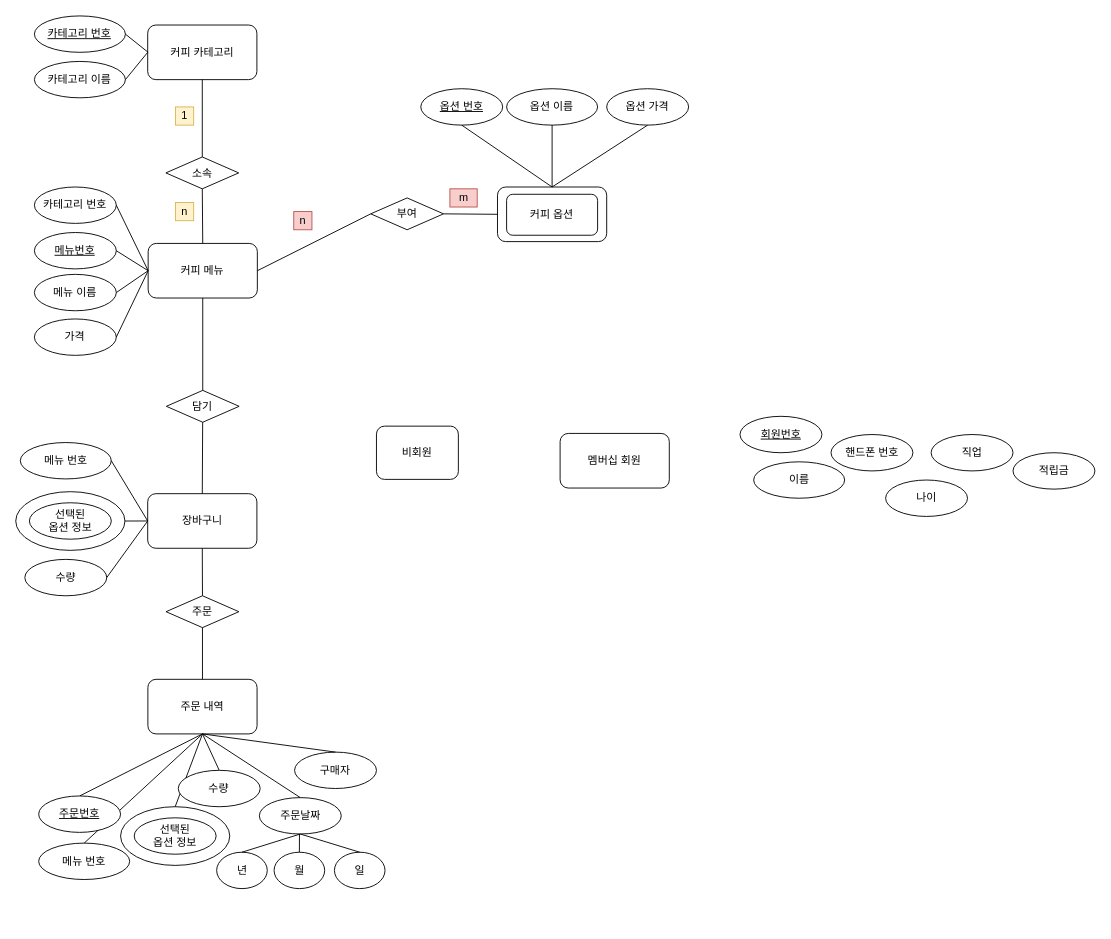
This is cafe.drawio from jdohun/22-1Database, a draw.io file, before an edit. Source tidied: cells renumbered, new cells numbered last; positions are measured from the earlier drawing's top-left corner, leaving out a move shared by most shapes. Both pictures are drawn from the tidied source at 91%, with x=0, y=0 at pixel (15, 15).
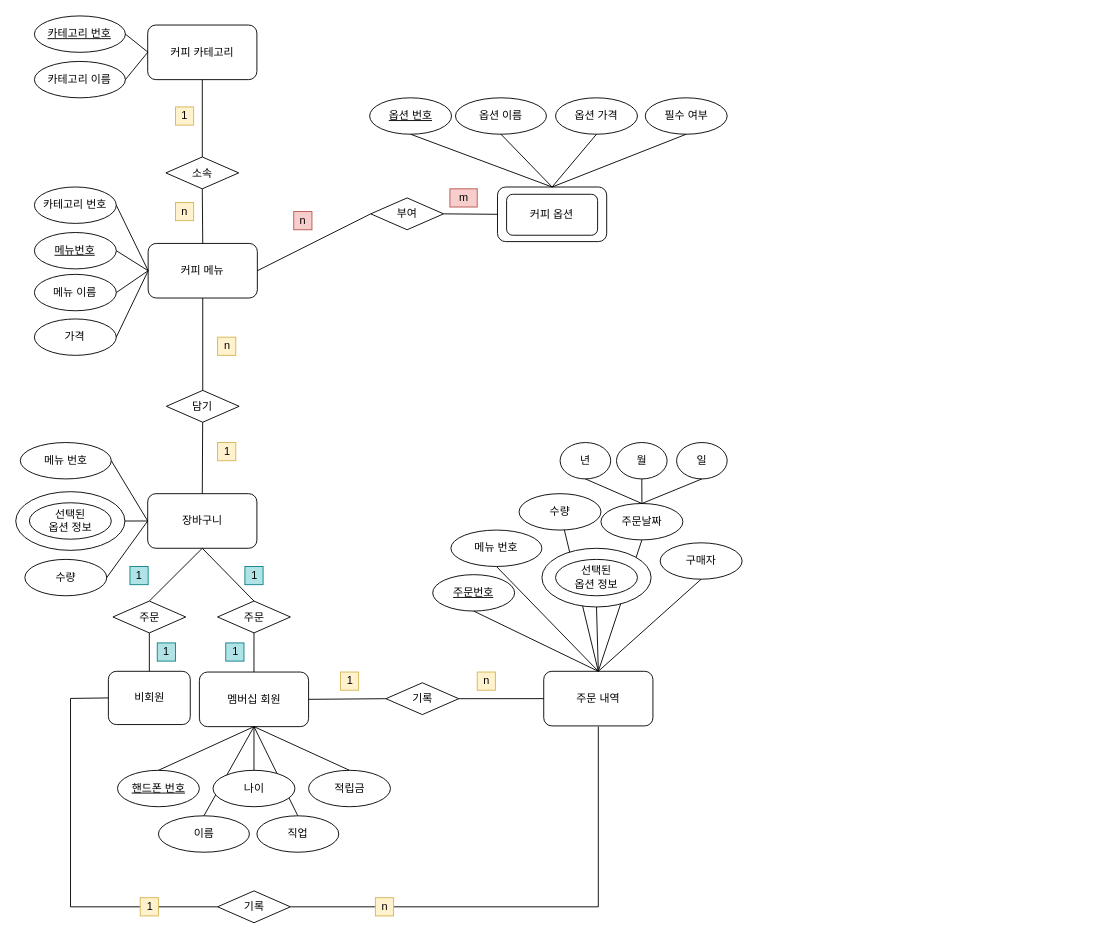
After the change.

Unchanged cells that the change refers to:
```xml
<mxCell id="16" value="커피 옵션" style="rounded=1;whiteSpace=wrap;html=1;" parent="1" vertex="1">
  <mxGeometry x="529.2" y="188" width="120" height="60" as="geometry" />
</mxCell>
<mxCell id="59" value="장바구니" style="rounded=1;whiteSpace=wrap;html=1;" parent="1" vertex="1">
  <mxGeometry x="144.8" y="525" width="120" height="60" as="geometry" />
</mxCell>
```

What changed in the source:
```diff
@@
+    <mxCell id="76" style="endArrow=none;html=1;rounded=0;entryX=0.5;entryY=0;entryDx=0;entryDy=0;exitX=0.5;exitY=1;exitDx=0;exitDy=0;" parent="1" edge="1" source="27" target="49">
+      <mxGeometry relative="1" as="geometry" />
+    </mxCell>
+    <mxCell id="77" style="endArrow=none;html=1;rounded=0;entryX=0.5;entryY=1;entryDx=0;entryDy=0;exitX=0.5;exitY=0;exitDx=0;exitDy=0;" parent="1" edge="1" source="9" target="13">
+      <mxGeometry relative="1" as="geometry" />
+    </mxCell>
+    <mxCell id="78" style="endArrow=none;html=1;rounded=0;exitX=0.5;exitY=0;exitDx=0;exitDy=0;" parent="1" edge="1" source="9" target="72">
+      <mxGeometry relative="1" as="geometry" />
+    </mxCell>
+    <mxCell id="12" style="endArrow=none;html=1;rounded=0;exitX=0.5;exitY=1;exitDx=0;exitDy=0;entryX=0.5;entryY=0;entryDx=0;entryDy=0;" parent="1" edge="1" source="11" target="9">
+      <mxGeometry relative="1" as="geometry" />
+    </mxCell>
@@
+    <mxCell id="27" value="멤버십 회원" style="rounded=1;whiteSpace=wrap;html=1;" parent="1" vertex="1">
+      <mxGeometry x="201.6" y="721" width="120" height="60" as="geometry" />
+    </mxCell>
     <mxCell id="6" value="이름" style="ellipse;whiteSpace=wrap;html=1;rounded=0;" parent="1" vertex="1">
-      <mxGeometry x="810.7" y="490" width="100" height="40" as="geometry" />
+      <mxGeometry x="156.6" y="879" width="100" height="40" as="geometry" />
     </mxCell>
+    <mxCell id="79" style="endArrow=none;html=1;rounded=0;exitX=0.5;exitY=0;exitDx=0;exitDy=0;entryX=0.5;entryY=1;entryDx=0;entryDy=0;" parent="1" edge="1" source="6" target="27">
+      <mxGeometry relative="1" as="geometry" />
+    </mxCell>
-    <mxCell id="7" value="핸드폰 번호" style="ellipse;whiteSpace=wrap;html=1;rounded=0;" parent="1" vertex="1">
-      <mxGeometry x="895.7" y="460" width="90" height="40" as="geometry" />
+    <mxCell id="7" value="&lt;u&gt;핸드폰 번호&lt;/u&gt;" style="ellipse;whiteSpace=wrap;html=1;rounded=0;" parent="1" vertex="1">
+      <mxGeometry x="111.6" y="829" width="90" height="40" as="geometry" />
     </mxCell>
     <mxCell id="8" value="적립금" style="ellipse;whiteSpace=wrap;html=1;rounded=0;" parent="1" vertex="1">
-      <mxGeometry x="1095.7" y="480" width="90" height="40" as="geometry" />
+      <mxGeometry x="321.6" y="829" width="90" height="40" as="geometry" />
     </mxCell>
+    <mxCell id="80" style="endArrow=none;html=1;rounded=0;entryX=0.5;entryY=0;entryDx=0;entryDy=0;exitX=0.5;exitY=1;exitDx=0;exitDy=0;" parent="1" edge="1" source="27" target="7">
+      <mxGeometry relative="1" as="geometry" />
+    </mxCell>
+    <mxCell id="81" style="endArrow=none;html=1;rounded=0;entryX=0.5;entryY=0;entryDx=0;entryDy=0;exitX=0.5;exitY=1;exitDx=0;exitDy=0;" parent="1" edge="1" source="27" target="8">
+      <mxGeometry relative="1" as="geometry" />
+    </mxCell>
     <mxCell id="9" value="주문 내역" style="rounded=1;whiteSpace=wrap;html=1;" parent="1" vertex="1">
-      <mxGeometry x="145" y="729" width="120" height="60" as="geometry" />
+      <mxGeometry x="580" y="720.2" width="120" height="60" as="geometry" />
     </mxCell>
-    <mxCell id="10" style="endArrow=none;html=1;rounded=0;exitX=0.5;exitY=0;exitDx=0;exitDy=0;entryX=0.5;entryY=1;entryDx=0;entryDy=0;" parent="1" edge="1" source="70" target="9">
-      <mxGeometry relative="1" as="geometry" />
-    </mxCell>
     <mxCell id="11" value="메뉴 번호" style="ellipse;whiteSpace=wrap;html=1;rounded=0;" parent="1" vertex="1">
-      <mxGeometry x="25" y="909" width="100" height="40" as="geometry" />
+      <mxGeometry x="478" y="565" width="100" height="40" as="geometry" />
     </mxCell>
-    <mxCell id="12" style="endArrow=none;html=1;rounded=0;exitX=0.5;exitY=0;exitDx=0;exitDy=0;entryX=0.5;entryY=1;entryDx=0;entryDy=0;" parent="1" edge="1" source="11" target="9">
-      <mxGeometry relative="1" as="geometry" />
-    </mxCell>
     <mxCell id="13" value="주문날짜" style="ellipse;whiteSpace=wrap;html=1;rounded=0;" parent="1" vertex="1">
-      <mxGeometry x="267.5" y="859" width="90" height="40" as="geometry" />
+      <mxGeometry x="642.9" y="535.8" width="90" height="40" as="geometry" />
     </mxCell>
-    <mxCell id="14" style="endArrow=none;html=1;rounded=0;entryX=0.5;entryY=0;entryDx=0;entryDy=0;" parent="1" edge="1" target="72">
-      <mxGeometry relative="1" as="geometry">
-        <mxPoint x="205" y="789" as="sourcePoint" />
-      </mxGeometry>
-    </mxCell>
-    <mxCell id="15" style="endArrow=none;html=1;rounded=0;entryX=0.5;entryY=0;entryDx=0;entryDy=0;" parent="1" edge="1" target="13">
-      <mxGeometry relative="1" as="geometry">
-        <mxPoint x="205" y="789" as="sourcePoint" />
-      </mxGeometry>
-    </mxCell>
@@
     <mxCell id="17" value="&lt;u&gt;옵션 번호&lt;/u&gt;" style="ellipse;whiteSpace=wrap;html=1;rounded=0;" parent="1" vertex="1">
-      <mxGeometry x="444.9" y="80" width="90" height="40" as="geometry" />
+      <mxGeometry x="388.7" y="90" width="90" height="40" as="geometry" />
     </mxCell>
     <mxCell id="18" value="옵션 이름" style="ellipse;whiteSpace=wrap;html=1;rounded=0;" parent="1" vertex="1">
-      <mxGeometry x="539.2" y="80" width="100" height="40" as="geometry" />
+      <mxGeometry x="483" y="90" width="100" height="40" as="geometry" />
     </mxCell>
     <mxCell id="19" value="옵션 가격" style="ellipse;whiteSpace=wrap;html=1;rounded=0;" parent="1" vertex="1">
-      <mxGeometry x="649.2" y="80" width="90" height="40" as="geometry" />
+      <mxGeometry x="593" y="90" width="90" height="40" as="geometry" />
     </mxCell>
@@
     <mxCell id="21" value="구매자" style="ellipse;whiteSpace=wrap;html=1;rounded=0;" parent="1" vertex="1">
-      <mxGeometry x="306.2" y="809" width="90" height="40" as="geometry" />
+      <mxGeometry x="708" y="579" width="90" height="40" as="geometry" />
     </mxCell>
-    <mxCell id="22" style="endArrow=none;html=1;exitX=0.5;exitY=0;exitDx=0;exitDy=0;entryX=0.5;entryY=1;entryDx=0;entryDy=0;" parent="1" edge="1" source="21" target="9">
-      <mxGeometry relative="1" as="geometry" />
-    </mxCell>
@@
-    <mxCell id="27" value="멤버십 회원" style="rounded=1;whiteSpace=wrap;html=1;" parent="1" vertex="1">
-      <mxGeometry x="598" y="458.8" width="120" height="60" as="geometry" />
-    </mxCell>
-    <mxCell id="28" value="&lt;u&gt;회원번호&lt;/u&gt;" style="ellipse;whiteSpace=wrap;html=1;rounded=0;" parent="1" vertex="1">
-      <mxGeometry x="795.7" y="440" width="90" height="40" as="geometry" />
-    </mxCell>
@@
     <mxCell id="31" value="비회원" style="rounded=1;whiteSpace=wrap;html=1;" parent="1" vertex="1">
-      <mxGeometry x="396.2" y="450.8" width="90" height="58.5" as="geometry" />
+      <mxGeometry x="101.6" y="720.2" width="90" height="58.5" as="geometry" />
     </mxCell>
     <mxCell id="32" value="년" style="ellipse;whiteSpace=wrap;html=1;rounded=0;" parent="1" vertex="1">
-      <mxGeometry x="220.6" y="919" width="55.6" height="40" as="geometry" />
+      <mxGeometry x="598" y="468.8" width="55.6" height="40" as="geometry" />
     </mxCell>
     <mxCell id="33" value="월" style="ellipse;whiteSpace=wrap;html=1;rounded=0;" parent="1" vertex="1">
-      <mxGeometry x="283.7" y="919" width="55.6" height="40" as="geometry" />
+      <mxGeometry x="660" y="468.8" width="55.6" height="40" as="geometry" />
     </mxCell>
     <mxCell id="34" value="일" style="ellipse;whiteSpace=wrap;html=1;rounded=0;" parent="1" vertex="1">
-      <mxGeometry x="350" y="919" width="55.6" height="40" as="geometry" />
+      <mxGeometry x="726" y="468.8" width="55.6" height="40" as="geometry" />
     </mxCell>
-    <mxCell id="35" style="endArrow=none;html=1;rounded=0;entryX=0.5;entryY=1;entryDx=0;entryDy=0;exitX=0.5;exitY=0;exitDx=0;exitDy=0;" parent="1" edge="1" source="32" target="13">
+    <mxCell id="35" style="endArrow=none;html=1;rounded=0;entryX=0.5;entryY=0;entryDx=0;entryDy=0;exitX=0.5;exitY=1;exitDx=0;exitDy=0;" parent="1" edge="1" source="32" target="13">
       <mxGeometry relative="1" as="geometry" />
     </mxCell>
-    <mxCell id="36" style="endArrow=none;html=1;rounded=0;entryX=0.5;entryY=1;entryDx=0;entryDy=0;exitX=0.5;exitY=0;exitDx=0;exitDy=0;" parent="1" edge="1" source="33">
-      <mxGeometry relative="1" as="geometry">
-        <mxPoint x="311.6" y="899" as="targetPoint" />
-      </mxGeometry>
+    <mxCell id="36" style="endArrow=none;html=1;rounded=0;entryX=0.5;entryY=0;entryDx=0;entryDy=0;exitX=0.5;exitY=1;exitDx=0;exitDy=0;" parent="1" edge="1" source="33" target="13">
+      <mxGeometry relative="1" as="geometry" />
     </mxCell>
-    <mxCell id="37" style="endArrow=none;html=1;rounded=0;entryX=0.5;entryY=1;entryDx=0;entryDy=0;exitX=0.5;exitY=0;exitDx=0;exitDy=0;" parent="1" edge="1" source="34" target="13">
+    <mxCell id="37" style="endArrow=none;html=1;rounded=0;exitX=0.5;exitY=1;exitDx=0;exitDy=0;entryX=0.5;entryY=0;entryDx=0;entryDy=0;" parent="1" edge="1" source="34" target="13">
       <mxGeometry relative="1" as="geometry" />
     </mxCell>
@@
     <mxCell id="48" value="나이" style="ellipse;whiteSpace=wrap;html=1;rounded=0;" parent="1" vertex="1">
-      <mxGeometry x="955.7" y="510" width="90" height="40" as="geometry" />
+      <mxGeometry x="216.6" y="829" width="90" height="40" as="geometry" />
     </mxCell>
+    <mxCell id="82" style="endArrow=none;html=1;rounded=0;entryX=0.5;entryY=0;entryDx=0;entryDy=0;exitX=0.5;exitY=1;exitDx=0;exitDy=0;" parent="1" edge="1" source="27" target="48">
+      <mxGeometry relative="1" as="geometry" />
+    </mxCell>
     <mxCell id="49" value="직업" style="ellipse;whiteSpace=wrap;html=1;rounded=0;" parent="1" vertex="1">
-      <mxGeometry x="1005.7" y="460" width="90" height="40" as="geometry" />
+      <mxGeometry x="264.8" y="879" width="90" height="40" as="geometry" />
     </mxCell>
@@
     <mxCell id="68" style="ellipse;whiteSpace=wrap;html=1;rounded=0;" parent="1" vertex="1">
-      <mxGeometry x="115" y="869" width="120" height="64.5" as="geometry" />
+      <mxGeometry x="578" y="585" width="120" height="64.5" as="geometry" />
     </mxCell>
     <mxCell id="69" value="선택된&lt;br&gt;옵션 정보" style="ellipse;whiteSpace=wrap;html=1;rounded=0;" parent="1" vertex="1">
-      <mxGeometry x="130" y="881.2" width="90" height="40" as="geometry" />
+      <mxGeometry x="593" y="597.2" width="90" height="40" as="geometry" />
     </mxCell>
     <mxCell id="70" value="&lt;u&gt;주문번호&lt;/u&gt;" style="ellipse;whiteSpace=wrap;html=1;rounded=0;" parent="1" vertex="1">
-      <mxGeometry x="25" y="857.2" width="90" height="40" as="geometry" />
+      <mxGeometry x="458" y="614" width="90" height="40" as="geometry" />
     </mxCell>
-    <mxCell id="71" style="endArrow=none;html=1;rounded=0;fontColor=#000000;entryX=0.5;entryY=0;entryDx=0;entryDy=0;exitX=0.5;exitY=1;exitDx=0;exitDy=0;" parent="1" edge="1" source="9" target="68">
-      <mxGeometry relative="1" as="geometry" />
-    </mxCell>
     <mxCell id="72" value="수량" style="ellipse;whiteSpace=wrap;html=1;rounded=0;" parent="1" vertex="1">
-      <mxGeometry x="178.4" y="829" width="90" height="40" as="geometry" />
+      <mxGeometry x="552.9" y="525" width="90" height="40" as="geometry" />
     </mxCell>
-    <mxCell id="73" style="endArrow=none;html=1;rounded=0;entryX=0.5;entryY=1;entryDx=0;entryDy=0;exitX=0.5;exitY=0;exitDx=0;exitDy=0;startArrow=none;" parent="1" edge="1" source="74" target="59">
-      <mxGeometry relative="1" as="geometry" />
-    </mxCell>
-    <mxCell id="74" value="주문" style="rhombus;whiteSpace=wrap;html=1;rounded=0;" parent="1" vertex="1">
-      <mxGeometry x="165" y="637.2" width="80" height="35" as="geometry" />
-    </mxCell>
-    <mxCell id="75" style="endArrow=none;html=1;rounded=0;entryX=0.5;entryY=1;entryDx=0;entryDy=0;exitX=0.5;exitY=0;exitDx=0;exitDy=0;" parent="1" edge="1" source="9" target="74">
-      <mxGeometry relative="1" as="geometry" />
-    </mxCell>
+    <mxCell id="83" style="endArrow=none;html=1;rounded=0;exitX=0.5;exitY=0;exitDx=0;exitDy=0;entryX=0.5;entryY=1;entryDx=0;entryDy=0;startArrow=none;" parent="1" edge="1" source="85" target="59">
+      <mxGeometry relative="1" as="geometry" />
+    </mxCell>
+    <mxCell id="84" style="endArrow=none;html=1;rounded=0;exitX=0.5;exitY=0;exitDx=0;exitDy=0;entryX=0.5;entryY=1;entryDx=0;entryDy=0;startArrow=none;" parent="1" edge="1" source="87" target="59">
+      <mxGeometry relative="1" as="geometry" />
+    </mxCell>
+    <mxCell id="85" value="주문" style="rhombus;whiteSpace=wrap;html=1;rounded=0;" parent="1" vertex="1">
+      <mxGeometry x="106.6" y="643" width="80" height="35" as="geometry" />
+    </mxCell>
+    <mxCell id="86" style="endArrow=none;html=1;rounded=0;exitX=0.5;exitY=0;exitDx=0;exitDy=0;entryX=0.5;entryY=1;entryDx=0;entryDy=0;" parent="1" edge="1" source="31" target="85">
+      <mxGeometry relative="1" as="geometry" />
+    </mxCell>
+    <mxCell id="87" value="주문" style="rhombus;whiteSpace=wrap;html=1;rounded=0;" parent="1" vertex="1">
+      <mxGeometry x="221.6" y="643" width="80" height="35" as="geometry" />
+    </mxCell>
+    <mxCell id="88" style="endArrow=none;html=1;rounded=0;exitX=0.5;exitY=0;exitDx=0;exitDy=0;entryX=0.5;entryY=1;entryDx=0;entryDy=0;" parent="1" edge="1" source="27" target="87">
+      <mxGeometry relative="1" as="geometry" />
+    </mxCell>
+    <mxCell id="89" value="기록" style="rhombus;whiteSpace=wrap;html=1;rounded=0;" parent="1" vertex="1">
+      <mxGeometry x="221.6" y="961.5" width="80" height="35" as="geometry" />
+    </mxCell>
+    <mxCell id="90" style="endArrow=none;html=1;rounded=0;entryX=0;entryY=0.5;entryDx=0;entryDy=0;exitX=0;exitY=0.5;exitDx=0;exitDy=0;" parent="1" edge="1" source="89" target="31">
+      <mxGeometry relative="1" as="geometry">
+        <Array as="points">
+          <mxPoint x="60" y="979" />
+          <mxPoint x="60" y="750" />
+        </Array>
+      </mxGeometry>
+    </mxCell>
+    <mxCell id="91" value="기록" style="rhombus;whiteSpace=wrap;html=1;rounded=0;" parent="1" vertex="1">
+      <mxGeometry x="406.6" y="732.8" width="80" height="35" as="geometry" />
+    </mxCell>
+    <mxCell id="92" style="endArrow=none;html=1;rounded=0;exitX=1;exitY=0.5;exitDx=0;exitDy=0;entryX=0;entryY=0.5;entryDx=0;entryDy=0;" parent="1" edge="1" source="27" target="91">
+      <mxGeometry relative="1" as="geometry" />
+    </mxCell>
+    <mxCell id="93" style="endArrow=none;html=1;rounded=0;exitX=1;exitY=0.5;exitDx=0;exitDy=0;" parent="1" edge="1" source="91" target="9">
+      <mxGeometry relative="1" as="geometry" />
+    </mxCell>
+    <mxCell id="94" style="endArrow=none;html=1;rounded=0;exitX=1;exitY=0.5;exitDx=0;exitDy=0;" parent="1" edge="1" source="89">
+      <mxGeometry relative="1" as="geometry">
+        <mxPoint x="640" y="781" as="targetPoint" />
+        <Array as="points">
+          <mxPoint x="640" y="979" />
+        </Array>
+      </mxGeometry>
+    </mxCell>
+    <mxCell id="10" style="endArrow=none;html=1;rounded=0;exitX=0.5;exitY=1;exitDx=0;exitDy=0;entryX=0.5;entryY=0;entryDx=0;entryDy=0;" parent="1" edge="1" source="70" target="9">
+      <mxGeometry relative="1" as="geometry" />
+    </mxCell>
+    <mxCell id="95" style="endArrow=none;html=1;rounded=0;entryX=0.5;entryY=1;entryDx=0;entryDy=0;exitX=0.5;exitY=0;exitDx=0;exitDy=0;" parent="1" edge="1" source="9" target="21">
+      <mxGeometry relative="1" as="geometry" />
+    </mxCell>
+    <mxCell id="96" style="endArrow=none;html=1;rounded=0;exitX=0.5;exitY=1;exitDx=0;exitDy=0;entryX=0.5;entryY=0;entryDx=0;entryDy=0;" parent="1" edge="1" source="68" target="9">
+      <mxGeometry relative="1" as="geometry" />
+    </mxCell>
+    <mxCell id="97" value="1" style="text;html=1;align=center;verticalAlign=middle;strokeColor=#d6b656;fillColor=#fff2cc;direction=south;" parent="1" vertex="1">
+      <mxGeometry x="221.6" y="468.8" width="20" height="20" as="geometry" />
+    </mxCell>
+    <mxCell id="98" value="n" style="text;html=1;align=center;verticalAlign=middle;strokeColor=#d6b656;fillColor=#fff2cc;" parent="1" vertex="1">
+      <mxGeometry x="221.6" y="353" width="20" height="20" as="geometry" />
+    </mxCell>
+    <mxCell id="99" value="1" style="text;html=1;align=center;verticalAlign=middle;strokeColor=#0e8088;fillColor=#b0e3e6;" parent="1" vertex="1">
+      <mxGeometry x="251.6" y="605" width="20" height="20" as="geometry" />
+    </mxCell>
+    <mxCell id="100" value="1" style="text;html=1;align=center;verticalAlign=middle;strokeColor=#0e8088;fillColor=#b0e3e6;" parent="1" vertex="1">
+      <mxGeometry x="125.3" y="605" width="20" height="20" as="geometry" />
+    </mxCell>
+    <mxCell id="101" value="1" style="text;html=1;align=center;verticalAlign=middle;strokeColor=#0e8088;fillColor=#b0e3e6;" parent="1" vertex="1">
+      <mxGeometry x="230.6" y="689" width="20" height="20" as="geometry" />
+    </mxCell>
+    <mxCell id="102" value="1" style="text;html=1;align=center;verticalAlign=middle;strokeColor=#0e8088;fillColor=#b0e3e6;" parent="1" vertex="1">
+      <mxGeometry x="155.3" y="689" width="20" height="20" as="geometry" />
+    </mxCell>
+    <mxCell id="103" value="1" style="text;html=1;align=center;verticalAlign=middle;strokeColor=#d6b656;fillColor=#fff2cc;" parent="1" vertex="1">
+      <mxGeometry x="136.6" y="969" width="20" height="20" as="geometry" />
+    </mxCell>
+    <mxCell id="104" value="n" style="text;html=1;align=center;verticalAlign=middle;strokeColor=#d6b656;fillColor=#fff2cc;" parent="1" vertex="1">
+      <mxGeometry x="395" y="969" width="20" height="20" as="geometry" />
+    </mxCell>
+    <mxCell id="105" value="1" style="text;html=1;align=center;verticalAlign=middle;strokeColor=#d6b656;fillColor=#fff2cc;" parent="1" vertex="1">
+      <mxGeometry x="356.6" y="721" width="20" height="20" as="geometry" />
+    </mxCell>
+    <mxCell id="106" value="n" style="text;html=1;align=center;verticalAlign=middle;strokeColor=#d6b656;fillColor=#fff2cc;" parent="1" vertex="1">
+      <mxGeometry x="506.9" y="721" width="20" height="20" as="geometry" />
+    </mxCell>
+    <mxCell id="107" value="필수 여부" style="ellipse;whiteSpace=wrap;html=1;rounded=0;" parent="1" vertex="1">
+      <mxGeometry x="691.6" y="90" width="90" height="40" as="geometry" />
+    </mxCell>
+    <mxCell id="108" style="endArrow=none;html=1;rounded=0;entryX=0.5;entryY=1;entryDx=0;entryDy=0;exitX=0.5;exitY=0;exitDx=0;exitDy=0;" parent="1" edge="1" source="16" target="107">
+      <mxGeometry relative="1" as="geometry" />
+    </mxCell>
```
